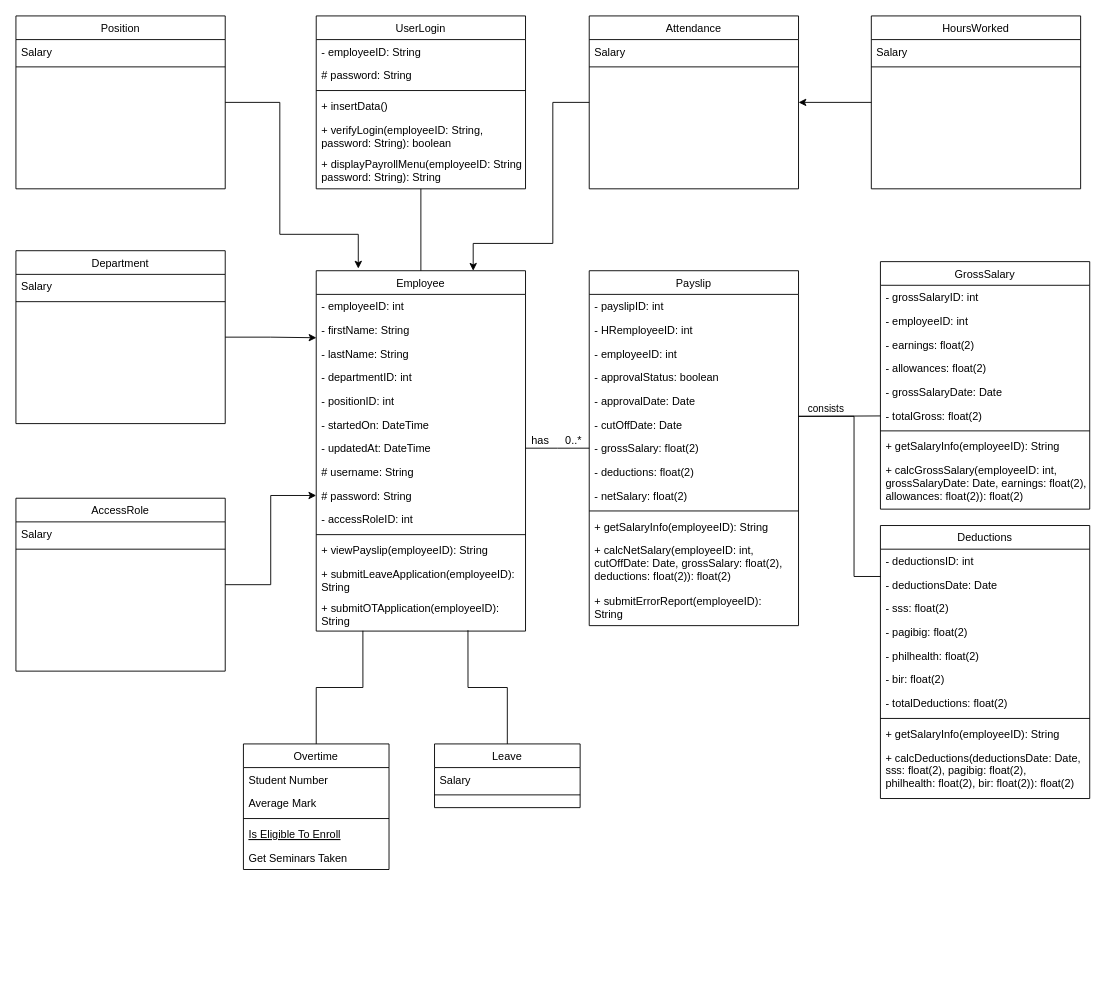
MichaelAngelLu/Computer-Programming keeps this draw.io diagram as S2101 Team 3 OOP MotorPH Class Diagram.drawio. Above is the earlier version. Source tidied: cells renumbered, new cells numbered last; positions are measured from the earlier drawing's top-left corner, leaving out a move shared by most shapes. Both pictures are drawn from the tidied source at 91%, with x=0, y=0 at pixel (15, 15).
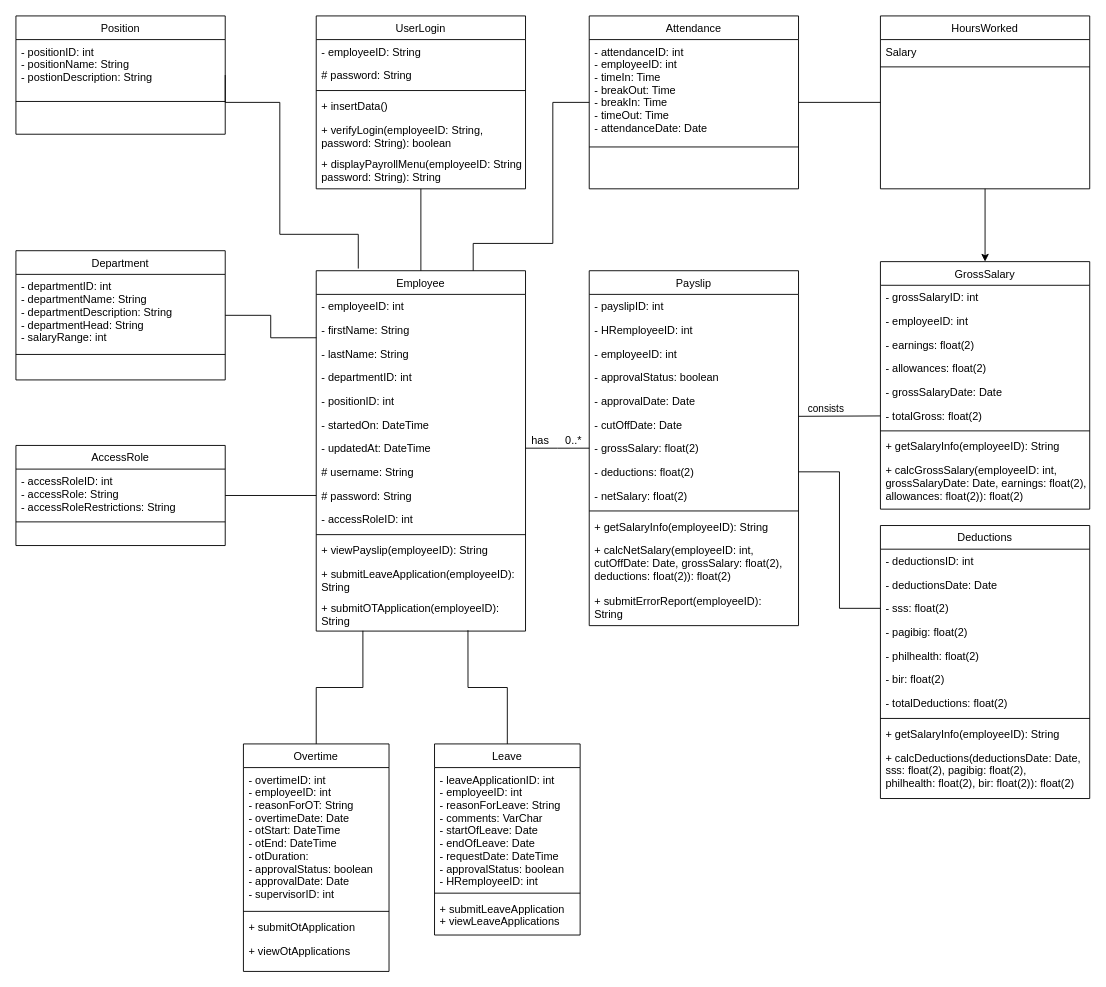
The same page after the edit.

Unchanged cells that the change refers to:
```xml
<mxCell id="2" value="Employee" style="swimlane;fontStyle=0;align=center;verticalAlign=top;horizontal=1;startSize=26;rounded=0;shadow=0;strokeWidth=1;" parent="1" vertex="1">
  <mxGeometry x="330" y="280" width="230" height="396" as="geometry" />
</mxCell>
<mxCell id="5" value="- lastName: String" style="text;align=left;verticalAlign=top;spacingLeft=4;spacingRight=4;overflow=hidden;points=[[0,0.5],[1,0.5]];portConstraint=eastwest;rounded=0;shadow=0;html=0;" parent="2" vertex="1">
  <mxGeometry y="78" width="230" height="26" as="geometry" />
</mxCell>
<mxCell id="11" value="# password: String" style="text;align=left;verticalAlign=top;spacingLeft=4;spacingRight=4;overflow=hidden;points=[[0,0.5],[1,0.5]];portConstraint=eastwest;rounded=0;shadow=0;html=0;" parent="2" vertex="1">
  <mxGeometry y="234" width="230" height="26" as="geometry" />
</mxCell>
<mxCell id="34" value="- deductions: float(2)" style="text;align=left;verticalAlign=top;spacingLeft=4;spacingRight=4;overflow=hidden;points=[[0,0.5],[1,0.5]];portConstraint=eastwest;rounded=0;shadow=0;html=0;" parent="26" vertex="1">
  <mxGeometry y="208" width="230" height="26" as="geometry" />
</mxCell>
<mxCell id="44" value="GrossSalary" style="swimlane;fontStyle=0;align=center;verticalAlign=top;horizontal=1;startSize=26;rounded=0;shadow=0;strokeWidth=1;" parent="1" vertex="1">
  <mxGeometry x="950" y="270" width="230" height="272" as="geometry" />
</mxCell>
<mxCell id="57" value="- sss: float(2)" style="text;align=left;verticalAlign=top;spacingLeft=4;spacingRight=4;overflow=hidden;points=[[0,0.5],[1,0.5]];portConstraint=eastwest;rounded=0;shadow=0;html=0;" parent="54" vertex="1">
  <mxGeometry y="78" width="230" height="26" as="geometry" />
</mxCell>
<mxCell id="77" value="Attendance" style="swimlane;fontStyle=0;align=center;verticalAlign=top;horizontal=1;startSize=26;rounded=0;shadow=0;strokeWidth=1;" parent="1" vertex="1">
  <mxGeometry x="630" width="230" height="190" as="geometry" />
</mxCell>
```

Diff of the diagram source:
```diff
@@
     <mxCell id="17" value="Overtime" style="swimlane;fontStyle=0;align=center;verticalAlign=top;horizontal=1;startSize=26;rounded=0;shadow=0;strokeWidth=1;" parent="1" vertex="1">
-      <mxGeometry x="250" y="800" width="160" height="138" as="geometry" />
+      <mxGeometry x="250" y="800" width="160" height="250" as="geometry" />
     </mxCell>
-    <mxCell id="18" value="Student Number" style="text;align=left;verticalAlign=top;spacingLeft=4;spacingRight=4;overflow=hidden;" parent="17" vertex="1">
-      <mxGeometry y="26" width="160" height="26" as="geometry" />
+    <mxCell id="18" value="- overtimeID: int&#10;- employeeID: int&#10;- reasonForOT: String&#10;- overtimeDate: Date&#10;- otStart: DateTime&#10;- otEnd: DateTime&#10;- otDuration: &#10;- approvalStatus: boolean&#10;- approvalDate: Date&#10;- supervisorID: int" style="text;align=left;verticalAlign=top;spacingLeft=4;spacingRight=4;overflow=hidden;" parent="17" vertex="1">
+      <mxGeometry y="26" width="160" height="154" as="geometry" />
     </mxCell>
-    <mxCell id="19" value="Average Mark" style="text;align=left;verticalAlign=top;spacingLeft=4;spacingRight=4;overflow=hidden;rounded=0;shadow=0;html=0;" parent="17" vertex="1">
-      <mxGeometry y="52" width="160" height="26" as="geometry" />
-    </mxCell>
     <mxCell id="20" style="line;html=1;strokeWidth=1;align=left;verticalAlign=middle;spacingTop=-1;spacingLeft=3;spacingRight=3;labelPosition=right;" parent="17" vertex="1">
-      <mxGeometry y="78" width="160" height="8" as="geometry" />
+      <mxGeometry y="180" width="160" height="8" as="geometry" />
     </mxCell>
-    <mxCell id="21" value="Is Eligible To Enroll" style="text;align=left;verticalAlign=top;spacingLeft=4;spacingRight=4;overflow=hidden;fontStyle=4;" parent="17" vertex="1">
-      <mxGeometry y="86" width="160" height="26" as="geometry" />
+    <mxCell id="21" value="+ submitOtApplication" style="text;align=left;verticalAlign=top;spacingLeft=4;spacingRight=4;overflow=hidden;fontStyle=0;" parent="17" vertex="1">
+      <mxGeometry y="188" width="160" height="26" as="geometry" />
     </mxCell>
-    <mxCell id="22" value="Get Seminars Taken" style="text;align=left;verticalAlign=top;spacingLeft=4;spacingRight=4;overflow=hidden;" parent="17" vertex="1">
-      <mxGeometry y="112" width="160" height="26" as="geometry" />
+    <mxCell id="22" value="+ viewOtApplications" style="text;align=left;verticalAlign=top;spacingLeft=4;spacingRight=4;overflow=hidden;" parent="17" vertex="1">
+      <mxGeometry y="214" width="160" height="26" as="geometry" />
     </mxCell>
     <mxCell id="23" value="Leave" style="swimlane;fontStyle=0;align=center;verticalAlign=top;horizontal=1;startSize=26;rounded=0;shadow=0;strokeWidth=1;" parent="1" vertex="1">
-      <mxGeometry x="460" y="800" width="160" height="70" as="geometry" />
+      <mxGeometry x="460" y="800" width="160" height="210" as="geometry" />
     </mxCell>
-    <mxCell id="24" value="Salary" style="text;align=left;verticalAlign=top;spacingLeft=4;spacingRight=4;overflow=hidden;" parent="23" vertex="1">
-      <mxGeometry y="26" width="160" height="26" as="geometry" />
+    <mxCell id="24" value="- leaveApplicationID: int&#10;- employeeID: int&#10;- reasonForLeave: String&#10;- comments: VarChar&#10;- startOfLeave: Date&#10;- endOfLeave: Date&#10;- requestDate: DateTime&#10;- approvalStatus: boolean&#10;- HRemployeeID: int" style="text;align=left;verticalAlign=top;spacingLeft=4;spacingRight=4;overflow=hidden;" parent="23" vertex="1">
+      <mxGeometry y="26" width="160" height="134" as="geometry" />
     </mxCell>
     <mxCell id="25" style="line;html=1;strokeWidth=1;align=left;verticalAlign=middle;spacingTop=-1;spacingLeft=3;spacingRight=3;labelPosition=right;" parent="23" vertex="1">
-      <mxGeometry y="52" width="160" height="8" as="geometry" />
+      <mxGeometry y="160" width="160" height="8" as="geometry" />
     </mxCell>
+    <mxCell id="98" value="+ submitLeaveApplication&#10;+ viewLeaveApplications" style="text;align=left;verticalAlign=top;spacingLeft=4;spacingRight=4;overflow=hidden;" parent="23" vertex="1">
+      <mxGeometry y="168" width="160" height="42" as="geometry" />
+    </mxCell>
@@
-    <mxCell id="65" style="edgeStyle=orthogonalEdgeStyle;rounded=0;orthogonalLoop=1;jettySize=auto;html=1;endArrow=none;endFill=0;entryX=0;entryY=0.5;entryDx=0;entryDy=0;" parent="1" edge="1">
-      <mxGeometry relative="1" as="geometry">
-        <mxPoint x="860" y="440" as="sourcePoint" />
-        <mxPoint x="950" y="616" as="targetPoint" />
-        <Array as="points">
-          <mxPoint x="921" y="440" />
-          <mxPoint x="921" y="616" />
-        </Array>
-      </mxGeometry>
-    </mxCell>
@@
-    <mxCell id="76" style="edgeStyle=orthogonalEdgeStyle;rounded=0;jettySize=auto;html=1;exitX=0;exitY=0.5;exitDx=0;exitDy=0;entryX=0.75;entryY=0;entryDx=0;entryDy=0;" parent="1" edge="1" source="77" target="2">
+    <mxCell id="76" style="edgeStyle=orthogonalEdgeStyle;rounded=0;jettySize=auto;html=1;exitX=0;exitY=0.5;exitDx=0;exitDy=0;entryX=0.75;entryY=0;entryDx=0;entryDy=0;endArrow=none;endFill=0;" parent="1" edge="1" source="77" target="2">
       <mxGeometry relative="1" as="geometry">
         <Array as="points">
           <mxPoint x="590" y="95" />
           <mxPoint x="590" y="250" />
           <mxPoint x="503" y="250" />
         </Array>
       </mxGeometry>
     </mxCell>
@@
-    <mxCell id="78" value="Salary" style="text;align=left;verticalAlign=top;spacingLeft=4;spacingRight=4;overflow=hidden;" parent="77" vertex="1">
-      <mxGeometry y="26" width="230" height="26" as="geometry" />
+    <mxCell id="78" value="- attendanceID: int&#10;- employeeID: int&#10;- timeIn: Time&#10;- breakOut: Time&#10;- breakIn: Time&#10;- timeOut: Time&#10;- attendanceDate: Date" style="text;align=left;verticalAlign=top;spacingLeft=4;spacingRight=4;overflow=hidden;" parent="77" vertex="1">
+      <mxGeometry y="26" width="230" height="114" as="geometry" />
     </mxCell>
     <mxCell id="79" style="line;html=1;strokeWidth=1;align=left;verticalAlign=middle;spacingTop=-1;spacingLeft=3;spacingRight=3;labelPosition=right;" parent="77" vertex="1">
-      <mxGeometry y="52" width="230" height="8" as="geometry" />
+      <mxGeometry y="140" width="230" height="8" as="geometry" />
     </mxCell>
-    <mxCell id="80" style="edgeStyle=orthogonalEdgeStyle;rounded=0;jettySize=auto;html=1;exitX=0;exitY=0.5;exitDx=0;exitDy=0;entryX=1;entryY=0.5;entryDx=0;entryDy=0;" parent="1" edge="1" source="81" target="77">
+    <mxCell id="80" style="edgeStyle=orthogonalEdgeStyle;rounded=0;jettySize=auto;html=1;exitX=0;exitY=0.5;exitDx=0;exitDy=0;entryX=1;entryY=0.5;entryDx=0;entryDy=0;endArrow=none;endFill=0;" parent="1" edge="1" source="81" target="77">
       <mxGeometry relative="1" as="geometry" />
     </mxCell>
+    <mxCell id="99" style="edgeStyle=orthogonalEdgeStyle;rounded=0;jettySize=auto;html=1;exitX=0.5;exitY=1;exitDx=0;exitDy=0;entryX=0.5;entryY=0;entryDx=0;entryDy=0;" parent="1" edge="1" source="81" target="44">
+      <mxGeometry relative="1" as="geometry" />
+    </mxCell>
     <mxCell id="81" value="HoursWorked" style="swimlane;fontStyle=0;align=center;verticalAlign=top;horizontal=1;startSize=26;rounded=0;shadow=0;strokeWidth=1;" parent="1" vertex="1">
-      <mxGeometry x="940" width="230" height="190" as="geometry" />
+      <mxGeometry x="950" width="230" height="190" as="geometry" />
     </mxCell>
@@
     <mxCell id="86" value="Position" style="swimlane;fontStyle=0;align=center;verticalAlign=top;horizontal=1;startSize=26;rounded=0;shadow=0;strokeWidth=1;" parent="1" vertex="1">
-      <mxGeometry width="230" height="190" as="geometry" />
+      <mxGeometry width="230" height="130" as="geometry" />
     </mxCell>
-    <mxCell id="87" value="Salary" style="text;align=left;verticalAlign=top;spacingLeft=4;spacingRight=4;overflow=hidden;" parent="86" vertex="1">
-      <mxGeometry y="26" width="230" height="26" as="geometry" />
+    <mxCell id="87" value="- positionID: int&#10;- positionName: String&#10;- postionDescription: String" style="text;align=left;verticalAlign=top;spacingLeft=4;spacingRight=4;overflow=hidden;" parent="86" vertex="1">
+      <mxGeometry y="26" width="230" height="64" as="geometry" />
     </mxCell>
     <mxCell id="88" style="line;html=1;strokeWidth=1;align=left;verticalAlign=middle;spacingTop=-1;spacingLeft=3;spacingRight=3;labelPosition=right;" parent="86" vertex="1">
-      <mxGeometry y="52" width="230" height="8" as="geometry" />
+      <mxGeometry y="90" width="230" height="8" as="geometry" />
     </mxCell>
     <mxCell id="89" value="Department" style="swimlane;fontStyle=0;align=center;verticalAlign=top;horizontal=1;startSize=26;rounded=0;shadow=0;strokeWidth=1;" parent="1" vertex="1">
-      <mxGeometry y="258" width="230" height="190" as="geometry" />
+      <mxGeometry y="258" width="230" height="142" as="geometry" />
     </mxCell>
-    <mxCell id="90" value="Salary" style="text;align=left;verticalAlign=top;spacingLeft=4;spacingRight=4;overflow=hidden;" parent="89" vertex="1">
-      <mxGeometry y="26" width="230" height="26" as="geometry" />
+    <mxCell id="90" value="- departmentID: int&#10;- departmentName: String&#10;- departmentDescription: String&#10;- departmentHead: String&#10;- salaryRange: int" style="text;align=left;verticalAlign=top;spacingLeft=4;spacingRight=4;overflow=hidden;" parent="89" vertex="1">
+      <mxGeometry y="26" width="230" height="84" as="geometry" />
     </mxCell>
     <mxCell id="91" style="line;html=1;strokeWidth=1;align=left;verticalAlign=middle;spacingTop=-1;spacingLeft=3;spacingRight=3;labelPosition=right;" parent="89" vertex="1">
-      <mxGeometry y="52" width="230" height="8" as="geometry" />
+      <mxGeometry y="110" width="230" height="8" as="geometry" />
     </mxCell>
-    <mxCell id="92" style="edgeStyle=orthogonalEdgeStyle;rounded=0;jettySize=auto;html=1;exitX=1;exitY=0.5;exitDx=0;exitDy=0;entryX=0;entryY=0.5;entryDx=0;entryDy=0;" parent="1" edge="1" source="93" target="11">
+    <mxCell id="92" style="edgeStyle=orthogonalEdgeStyle;rounded=0;jettySize=auto;html=1;exitX=1;exitY=0.5;exitDx=0;exitDy=0;entryX=0;entryY=0.5;entryDx=0;entryDy=0;endArrow=none;endFill=0;" parent="1" edge="1" source="93" target="11">
       <mxGeometry relative="1" as="geometry" />
     </mxCell>
     <mxCell id="93" value="AccessRole" style="swimlane;fontStyle=0;align=center;verticalAlign=top;horizontal=1;startSize=26;rounded=0;shadow=0;strokeWidth=1;" parent="1" vertex="1">
-      <mxGeometry y="530" width="230" height="190" as="geometry" />
+      <mxGeometry y="472" width="230" height="110" as="geometry" />
     </mxCell>
-    <mxCell id="94" value="Salary" style="text;align=left;verticalAlign=top;spacingLeft=4;spacingRight=4;overflow=hidden;" parent="93" vertex="1">
-      <mxGeometry y="26" width="230" height="26" as="geometry" />
+    <mxCell id="94" value="- accessRoleID: int&#10;- accessRole: String&#10;- accessRoleRestrictions: String" style="text;align=left;verticalAlign=top;spacingLeft=4;spacingRight=4;overflow=hidden;" parent="93" vertex="1">
+      <mxGeometry y="26" width="230" height="54" as="geometry" />
     </mxCell>
     <mxCell id="95" style="line;html=1;strokeWidth=1;align=left;verticalAlign=middle;spacingTop=-1;spacingLeft=3;spacingRight=3;labelPosition=right;" parent="93" vertex="1">
-      <mxGeometry y="52" width="230" height="8" as="geometry" />
+      <mxGeometry y="80" width="230" height="8" as="geometry" />
     </mxCell>
-    <mxCell id="96" style="edgeStyle=orthogonalEdgeStyle;rounded=0;jettySize=auto;html=1;exitX=1;exitY=0.5;exitDx=0;exitDy=0;entryX=0.201;entryY=-0.006;entryDx=0;entryDy=0;entryPerimeter=0;" parent="1" edge="1" source="86" target="2">
+    <mxCell id="96" style="edgeStyle=orthogonalEdgeStyle;rounded=0;jettySize=auto;html=1;exitX=1;exitY=0.5;exitDx=0;exitDy=0;entryX=0.201;entryY=-0.006;entryDx=0;entryDy=0;entryPerimeter=0;endArrow=none;endFill=0;" parent="1" edge="1" source="86" target="2">
       <mxGeometry relative="1" as="geometry">
         <Array as="points">
           <mxPoint x="290" y="95" />
           <mxPoint x="290" y="240" />
           <mxPoint x="376" y="240" />
         </Array>
       </mxGeometry>
     </mxCell>
-    <mxCell id="97" style="edgeStyle=orthogonalEdgeStyle;rounded=0;jettySize=auto;html=1;exitX=1;exitY=0.5;exitDx=0;exitDy=0;entryX=0.001;entryY=-0.167;entryDx=0;entryDy=0;entryPerimeter=0;" parent="1" edge="1" source="89" target="5">
+    <mxCell id="97" style="edgeStyle=orthogonalEdgeStyle;rounded=0;jettySize=auto;html=1;exitX=1;exitY=0.5;exitDx=0;exitDy=0;entryX=0.001;entryY=-0.167;entryDx=0;entryDy=0;entryPerimeter=0;endArrow=none;endFill=0;" parent="1" edge="1" source="89" target="5">
       <mxGeometry relative="1" as="geometry" />
     </mxCell>
+    <mxCell id="100" style="edgeStyle=orthogonalEdgeStyle;rounded=0;jettySize=auto;html=1;exitX=0;exitY=0.5;exitDx=0;exitDy=0;entryX=1;entryY=0.5;entryDx=0;entryDy=0;endArrow=none;endFill=0;" parent="1" edge="1" source="57" target="34">
+      <mxGeometry relative="1" as="geometry" />
+    </mxCell>
```
